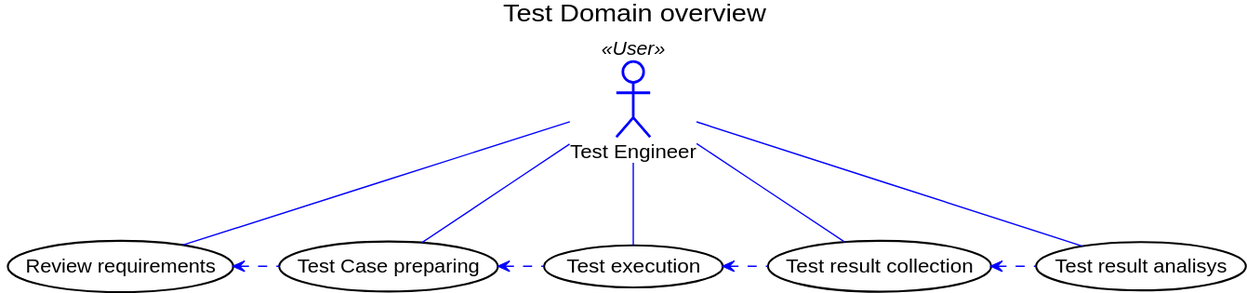
Above: docs/ATF/Use Case View/assets/1_domain_overview.svg in smartdevicelink/sdl_core_guides (PlantUML), before the change. Its source is kept beside it as docs/ATF/Use Case View/assets/1_domain_overview.plantuml. The source it was exported from:
```plantuml
@startuml

skinparam shadowing false
skinparam actorBackgroundColor white
skinparam actorBorderColor blue
skinparam usecase {
	BackgroundColor white
	BorderColor black

	ArrowColor blue
	ActorBorderColor blue
}
title Test Domain overview

actor "Test Engineer" as :user: <<User>>
usecase (Review requirements) as (requirements)
usecase (Test Case preparing) as (test_case)
usecase (Test execution) as (test_exec)
usecase (Test result collection) as (test_collect)
usecase (Test result analisys) as (test_analisys)

:user: -down- (requirements)
:user: -down- (test_case)
:user: -down- (test_exec)
:user: -down- (test_collect)
:user: -down- (test_analisys)

(requirements) <. (test_case)
(test_case) <. (test_exec)
(test_exec) <. (test_collect)
(test_collect) <. (test_analisys)
@enduml
```
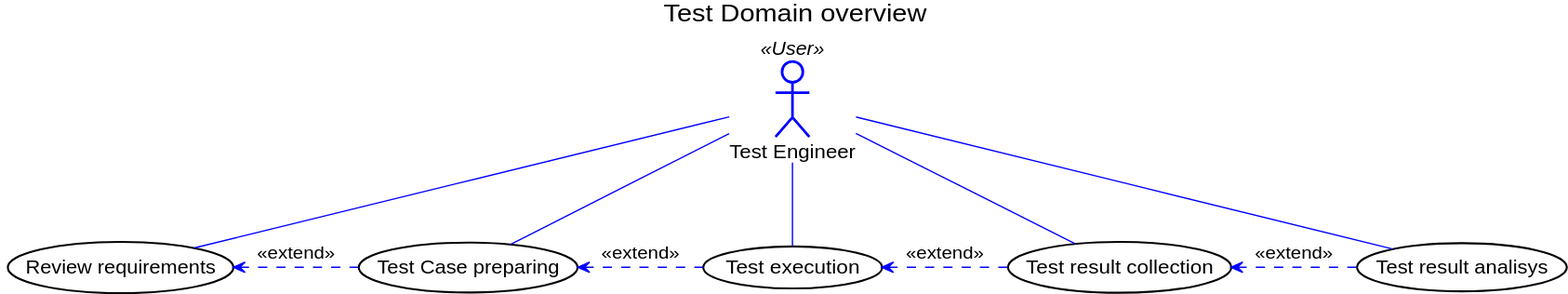
The same diagram one commit later.

Commit message:
Update ATF SAD Use Case chapter Fixed wrong relationships Related issue(s): APPLINK-16160, APPLINK-16190, APPLINK-16219

Diff of the diagram source:
```diff
@@ -25,8 +25,8 @@
 :user: -down- (test_collect)
 :user: -down- (test_analisys)
 
-(requirements) <. (test_case)
-(test_case) <. (test_exec)
-(test_exec) <. (test_collect)
-(test_collect) <. (test_analisys)
+(requirements) <. (test_case)     : <<extend>>
+(test_case) <. (test_exec)        : <<extend>>
+(test_exec) <. (test_collect)     : <<extend>>
+(test_collect) <. (test_analisys) : <<extend>>
 @enduml
```
